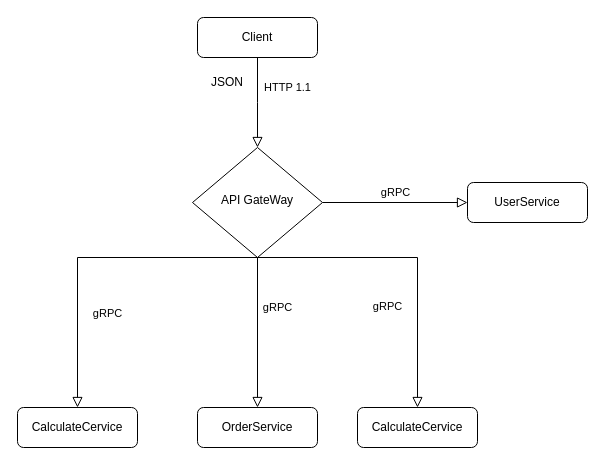
This is Диаграмма без названия.drawio from drakulitka/diagrams, a draw.io file, before an edit. Source tidied: cells renumbered, new cells numbered last; positions are measured from the earlier drawing's top-left corner, leaving out a move shared by most shapes. Both pictures are drawn from the tidied source at 100%, with x=0, y=0 at pixel (17, 17).
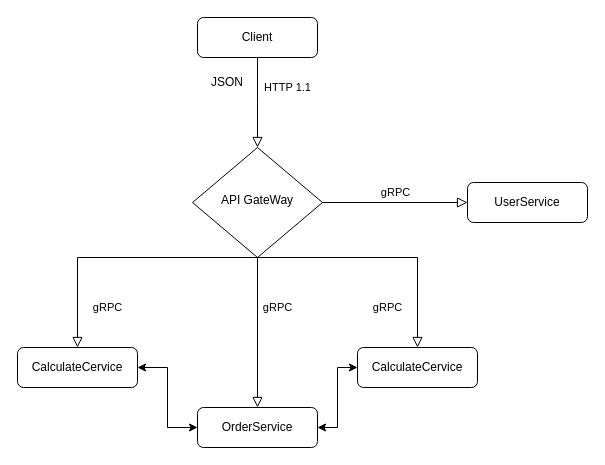
The same page after the edit.

What changed in the source:
```diff
@@
 <mxGraphModel>
   <root>
     <mxCell id="0" />
     <mxCell id="1" parent="0" />
     <mxCell id="2" value="Client" style="rounded=1;whiteSpace=wrap;html=1;fontSize=12;glass=0;strokeWidth=1;shadow=0;" parent="1" vertex="1">
       <mxGeometry x="180" width="120" height="40" as="geometry" />
     </mxCell>
     <mxCell id="3" value="gRPC" style="rounded=0;html=1;jettySize=auto;fontSize=11;endArrow=block;endFill=0;endSize=8;strokeWidth=1;shadow=0;labelBackgroundColor=none;edgeStyle=orthogonalEdgeStyle;entryX=0.5;entryY=0;entryDx=0;entryDy=0;" parent="1" edge="1" source="5" target="8">
       <mxGeometry x="-0.33" y="20" relative="1" as="geometry" />
     </mxCell>
     <mxCell id="4" value="gRPC" style="edgeStyle=orthogonalEdgeStyle;rounded=0;html=1;jettySize=auto;fontSize=11;endArrow=block;endFill=0;endSize=8;strokeWidth=1;shadow=0;labelBackgroundColor=none;" parent="1" edge="1" source="5" target="6">
       <mxGeometry y="10" relative="1" as="geometry" />
     </mxCell>
     <mxCell id="5" value="API GateWay" style="rhombus;whiteSpace=wrap;html=1;shadow=0;fontFamily=Helvetica;fontSize=12;align=center;strokeWidth=1;spacing=6;spacingTop=-4;" parent="1" vertex="1">
       <mxGeometry x="175" y="130" width="130" height="110" as="geometry" />
     </mxCell>
     <mxCell id="6" value="UserService&lt;br&gt;" style="rounded=1;whiteSpace=wrap;html=1;fontSize=12;glass=0;strokeWidth=1;shadow=0;" parent="1" vertex="1">
       <mxGeometry x="450" y="165" width="120" height="40" as="geometry" />
     </mxCell>
     <mxCell id="7" value="gRPC" style="edgeStyle=orthogonalEdgeStyle;rounded=0;html=1;jettySize=auto;fontSize=11;endArrow=block;endFill=0;endSize=8;strokeWidth=1;shadow=0;labelBackgroundColor=none;exitX=0.5;exitY=1;exitDx=0;exitDy=0;" parent="1" edge="1" source="5" target="9">
-      <mxGeometry x="0.35" y="-30" relative="1" as="geometry">
+      <mxGeometry x="0.68" y="-30" relative="1" as="geometry">
         <Array as="points">
           <mxPoint x="400" y="240" />
         </Array>
       </mxGeometry>
     </mxCell>
     <mxCell id="8" value="OrderService" style="rounded=1;whiteSpace=wrap;html=1;fontSize=12;glass=0;strokeWidth=1;shadow=0;" parent="1" vertex="1">
       <mxGeometry x="180" y="390" width="120" height="40" as="geometry" />
     </mxCell>
+    <mxCell id="14" style="edgeStyle=orthogonalEdgeStyle;rounded=0;jettySize=auto;html=1;entryX=1;entryY=0.5;entryDx=0;entryDy=0;startArrow=classic;startFill=1;" parent="1" edge="1" source="9" target="8">
+      <mxGeometry relative="1" as="geometry" />
+    </mxCell>
     <mxCell id="9" value="CalculateCervice" style="rounded=1;whiteSpace=wrap;html=1;fontSize=12;glass=0;strokeWidth=1;shadow=0;" parent="1" vertex="1">
-      <mxGeometry x="340" y="390" width="120" height="40" as="geometry" />
+      <mxGeometry x="340" y="330" width="120" height="40" as="geometry" />
     </mxCell>
     <mxCell id="10" value="HTTP 1.1" style="edgeStyle=orthogonalEdgeStyle;rounded=0;html=1;jettySize=auto;fontSize=11;endArrow=block;endFill=0;endSize=8;strokeWidth=1;shadow=0;labelBackgroundColor=none;exitX=0.5;exitY=1;exitDx=0;exitDy=0;" parent="1" edge="1" source="2">
       <mxGeometry x="-0.34" y="30" relative="1" as="geometry">
         <mxPoint x="240" y="130" as="targetPoint" />
       </mxGeometry>
     </mxCell>
     <mxCell id="11" value="JSON" style="text;html=1;strokeColor=none;fillColor=none;align=center;verticalAlign=middle;whiteSpace=wrap;rounded=0;" parent="1" vertex="1">
       <mxGeometry x="180" y="50" width="60" height="30" as="geometry" />
     </mxCell>
     <mxCell id="12" value="gRPC" style="edgeStyle=orthogonalEdgeStyle;rounded=0;html=1;jettySize=auto;fontSize=11;endArrow=block;endFill=0;endSize=8;strokeWidth=1;shadow=0;labelBackgroundColor=none;" parent="1" edge="1" source="5" target="13">
-      <mxGeometry x="0.43" y="30" relative="1" as="geometry">
+      <mxGeometry x="0.7" y="30" relative="1" as="geometry">
         <Array as="points">
           <mxPoint x="60" y="240" />
         </Array>
       </mxGeometry>
     </mxCell>
+    <mxCell id="15" style="edgeStyle=orthogonalEdgeStyle;rounded=0;jettySize=auto;html=1;entryX=0;entryY=0.5;entryDx=0;entryDy=0;startArrow=classic;startFill=1;labelBackgroundColor=none;" parent="1" edge="1" source="13" target="8">
+      <mxGeometry relative="1" as="geometry" />
+    </mxCell>
     <mxCell id="13" value="CalculateCervice" style="rounded=1;whiteSpace=wrap;html=1;fontSize=12;glass=0;strokeWidth=1;shadow=0;" parent="1" vertex="1">
-      <mxGeometry y="390" width="120" height="40" as="geometry" />
+      <mxGeometry y="330" width="120" height="40" as="geometry" />
     </mxCell>
   </root>
 </mxGraphModel>
```
